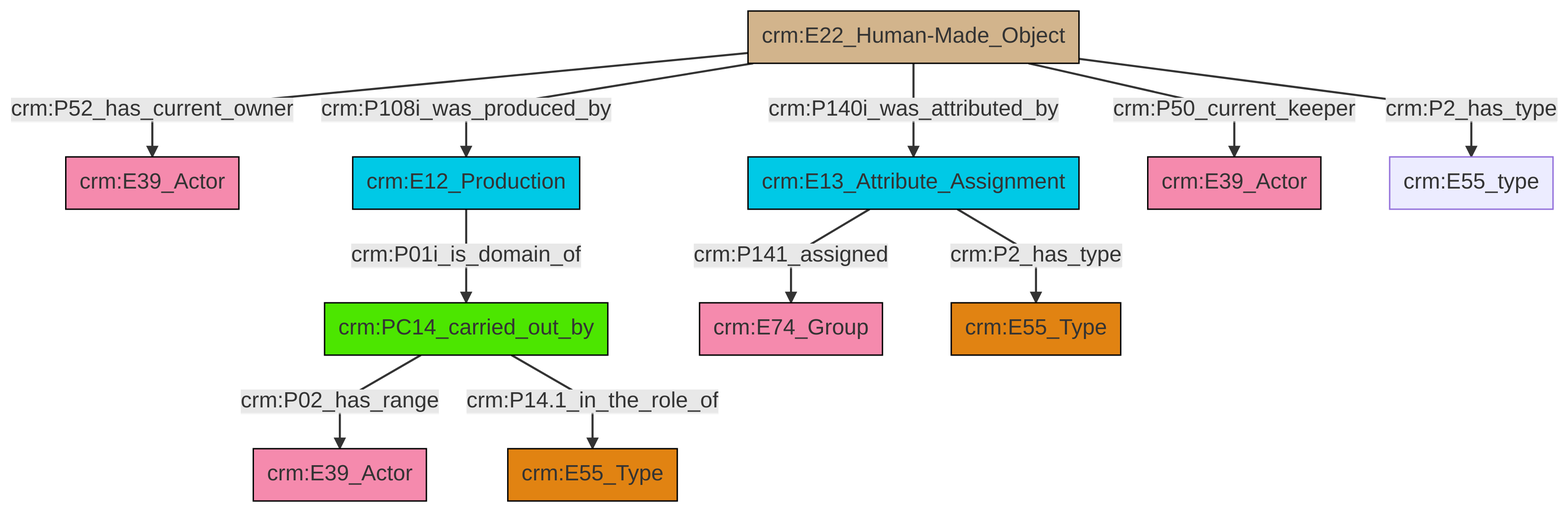
This is et/artworkCSV/ttl/mmd/png/Artwork_Actor_Relations.png from swiss-art-research-net/docs.swissartresearch, a Mermaid export, as it was before one commit. Its source is kept beside it as et/artworkCSV/ttl/mmd/Artwork_Actor_Relations.ttl.mmd. The source it was exported from:
```mermaid
graph TD
classDef Literal fill:#f2f2f2,stroke:#000000;
classDef CRM_Entity fill:#FFFFFF,stroke:#000000;
classDef Temporal_Entity fill:#00C9E6, stroke:#000000;
classDef Type fill:#E18312, stroke:#000000;
classDef Time-Span fill:#2C9C91, stroke:#000000;
classDef Appellation fill:#FFEB7F, stroke:#000000;
classDef Place fill:#008836, stroke:#000000;
classDef Persistent_Item fill:#B266B2, stroke:#000000;
classDef Conceptual_Object fill:#FFD700, stroke:#000000;
classDef Physical_Thing fill:#D2B48C, stroke:#000000;
classDef Actor fill:#f58aad, stroke:#000000;
classDef PC_Classes fill:#4ce600, stroke:#000000;
classDef Multi fill:#cccccc,stroke:#000000;

0["crm:E22_Human-Made_Object"]:::Physical_Thing -->|crm:P52_has_current_owner| 1["crm:E39_Actor"]:::Actor
0["crm:E22_Human-Made_Object"]:::Physical_Thing -->|crm:P140i_was_attributed_by| 5["crm:E13_Attribute_Assignment"]:::Temporal_Entity
9["crm:PC14_carried_out_by"]:::PC_Classes -->|crm:P02_has_range| 10["crm:E39_Actor"]:::Actor
3["crm:E12_Production"]:::Temporal_Entity -->|crm:P01i_is_domain_of| 9["crm:PC14_carried_out_by"]:::PC_Classes
0["crm:E22_Human-Made_Object"]:::Physical_Thing -->|crm:P50_current_keeper| 7["crm:E39_Actor"]:::Actor
0["crm:E22_Human-Made_Object"]:::Physical_Thing -->|crm:P2_has_type| 13["crm:E55_type"]:::Default
0["crm:E22_Human-Made_Object"]:::Physical_Thing -->|crm:P108i_was_produced_by| 3["crm:E12_Production"]:::Temporal_Entity
9["crm:PC14_carried_out_by"]:::PC_Classes -->|crm:P14.1_in_the_role_of| 17["crm:E55_Type"]:::Type
5["crm:E13_Attribute_Assignment"]:::Temporal_Entity -->|crm:P2_has_type| 14["crm:E55_Type"]:::Type
5["crm:E13_Attribute_Assignment"]:::Temporal_Entity -->|crm:P141_assigned| 11["crm:E74_Group"]:::Actor
```
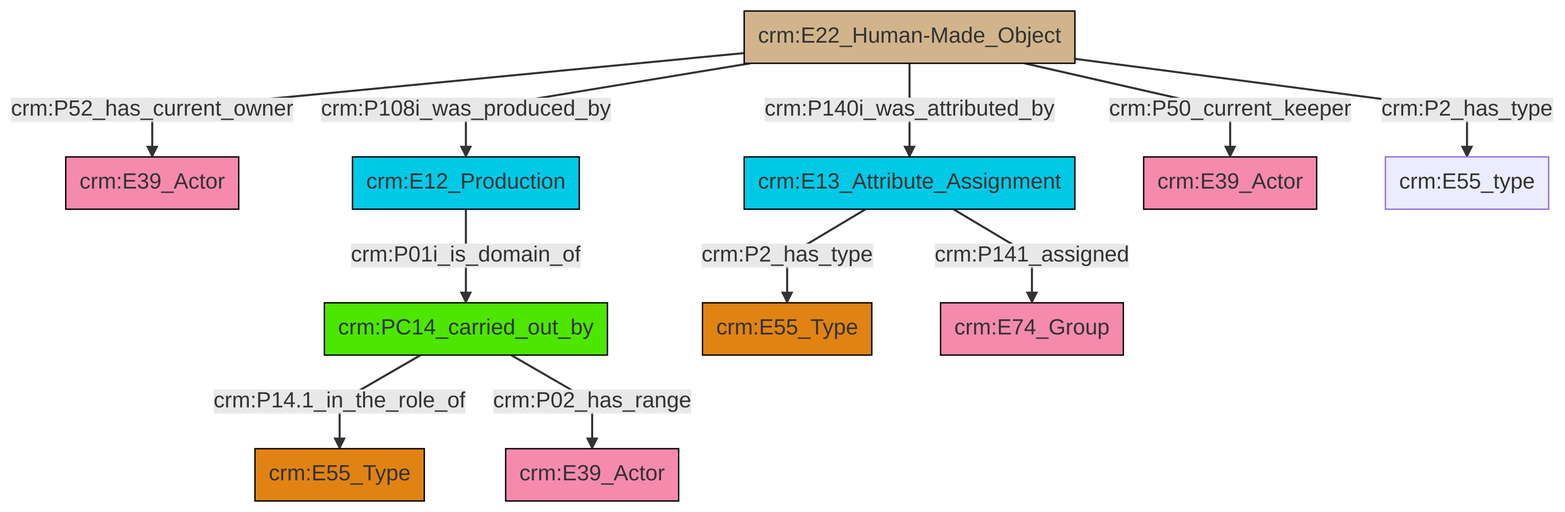
The same file after the commit.

The edit, as a diff of the source:
```diff
@@ -14,12 +14,12 @@
 classDef Multi fill:#cccccc,stroke:#000000;
 
 0["crm:E22_Human-Made_Object"]:::Physical_Thing -->|crm:P52_has_current_owner| 1["crm:E39_Actor"]:::Actor
-0["crm:E22_Human-Made_Object"]:::Physical_Thing -->|crm:P140i_was_attributed_by| 5["crm:E13_Attribute_Assignment"]:::Temporal_Entity
-9["crm:PC14_carried_out_by"]:::PC_Classes -->|crm:P02_has_range| 10["crm:E39_Actor"]:::Actor
-3["crm:E12_Production"]:::Temporal_Entity -->|crm:P01i_is_domain_of| 9["crm:PC14_carried_out_by"]:::PC_Classes
-0["crm:E22_Human-Made_Object"]:::Physical_Thing -->|crm:P50_current_keeper| 7["crm:E39_Actor"]:::Actor
+3["crm:PC14_carried_out_by"]:::PC_Classes -->|crm:P14.1_in_the_role_of| 4["crm:E55_Type"]:::Type
+8["crm:E13_Attribute_Assignment"]:::Temporal_Entity -->|crm:P141_assigned| 9["crm:E74_Group"]:::Actor
+0["crm:E22_Human-Made_Object"]:::Physical_Thing -->|crm:P108i_was_produced_by| 10["crm:E12_Production"]:::Temporal_Entity
+0["crm:E22_Human-Made_Object"]:::Physical_Thing -->|crm:P50_current_keeper| 12["crm:E39_Actor"]:::Actor
 0["crm:E22_Human-Made_Object"]:::Physical_Thing -->|crm:P2_has_type| 13["crm:E55_type"]:::Default
-0["crm:E22_Human-Made_Object"]:::Physical_Thing -->|crm:P108i_was_produced_by| 3["crm:E12_Production"]:::Temporal_Entity
-9["crm:PC14_carried_out_by"]:::PC_Classes -->|crm:P14.1_in_the_role_of| 17["crm:E55_Type"]:::Type
-5["crm:E13_Attribute_Assignment"]:::Temporal_Entity -->|crm:P2_has_type| 14["crm:E55_Type"]:::Type
-5["crm:E13_Attribute_Assignment"]:::Temporal_Entity -->|crm:P141_assigned| 11["crm:E74_Group"]:::Actor
+0["crm:E22_Human-Made_Object"]:::Physical_Thing -->|crm:P140i_was_attributed_by| 8["crm:E13_Attribute_Assignment"]:::Temporal_Entity
+8["crm:E13_Attribute_Assignment"]:::Temporal_Entity -->|crm:P2_has_type| 6["crm:E55_Type"]:::Type
+10["crm:E12_Production"]:::Temporal_Entity -->|crm:P01i_is_domain_of| 3["crm:PC14_carried_out_by"]:::PC_Classes
+3["crm:PC14_carried_out_by"]:::PC_Classes -->|crm:P02_has_range| 17["crm:E39_Actor"]:::Actor
```
